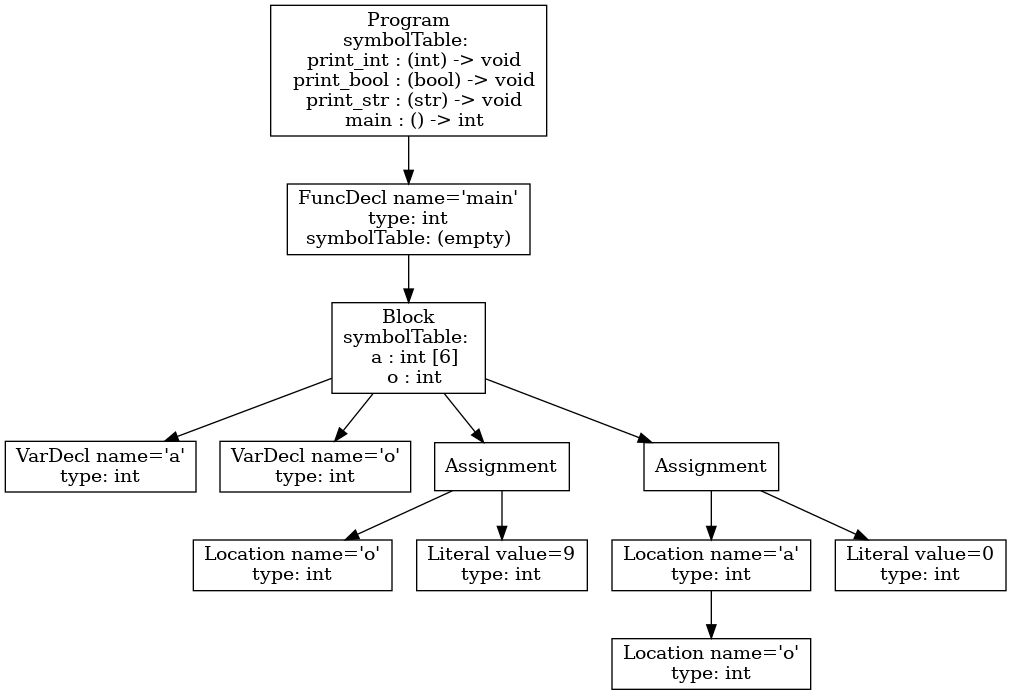
The Graphviz diagram ast.png in vtstew/p3-analysis, before a commit. Its source is kept beside it as ast.dot.
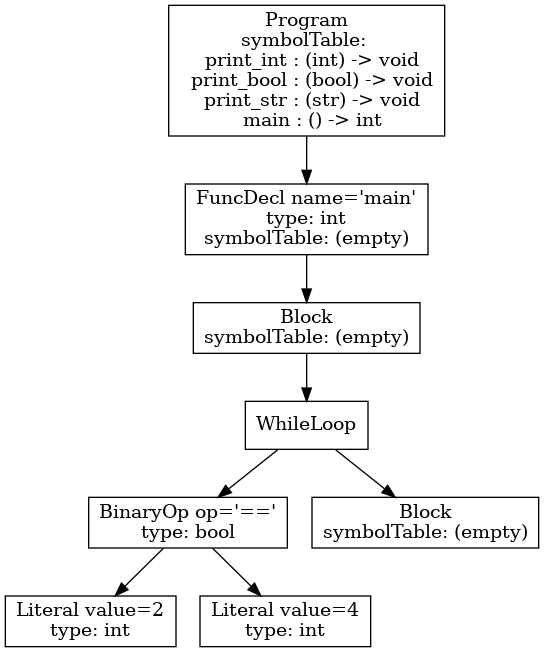
The same file after the commit.

Change to the diagram source:
```diff
@@ -1,23 +1,15 @@
 digraph AST {
-3 [shape=box, label="VarDecl name='a'\ntype: int"];
-4 [shape=box, label="VarDecl name='o'\ntype: int"];
-6 [shape=box, label="Location name='o'\ntype: int"];
-7 [shape=box, label="Literal value=9\ntype: int"];
-5 [shape=box, label="Assignment"];
-5 -> 6;
-5 -> 7;
-10 [shape=box, label="Location name='o'\ntype: int"];
-9 [shape=box, label="Location name='a'\ntype: int"];
-9 -> 10;
-11 [shape=box, label="Literal value=0\ntype: int"];
-8 [shape=box, label="Assignment"];
-8 -> 9;
-8 -> 11;
-2 [shape=box, label="Block\nsymbolTable: \n  a : int [6]\n  o : int"];
+5 [shape=box, label="Literal value=2\ntype: int"];
+6 [shape=box, label="Literal value=4\ntype: int"];
+4 [shape=box, label="BinaryOp op='=='\ntype: bool"];
+4 -> 5;
+4 -> 6;
+7 [shape=box, label="Block\nsymbolTable: (empty)"];
+3 [shape=box, label="WhileLoop"];
+3 -> 4;
+3 -> 7;
+2 [shape=box, label="Block\nsymbolTable: (empty)"];
 2 -> 3;
-2 -> 4;
-2 -> 5;
-2 -> 8;
 1 [shape=box, label="FuncDecl name='main'\ntype: int\nsymbolTable: (empty)"];
 1 -> 2;
 0 [shape=box, label="Program\nsymbolTable: \n  print_int : (int) -> void\n  print_bool : (bool) -> void\n  print_str : (str) -> void\n  main : () -> int"];
```
